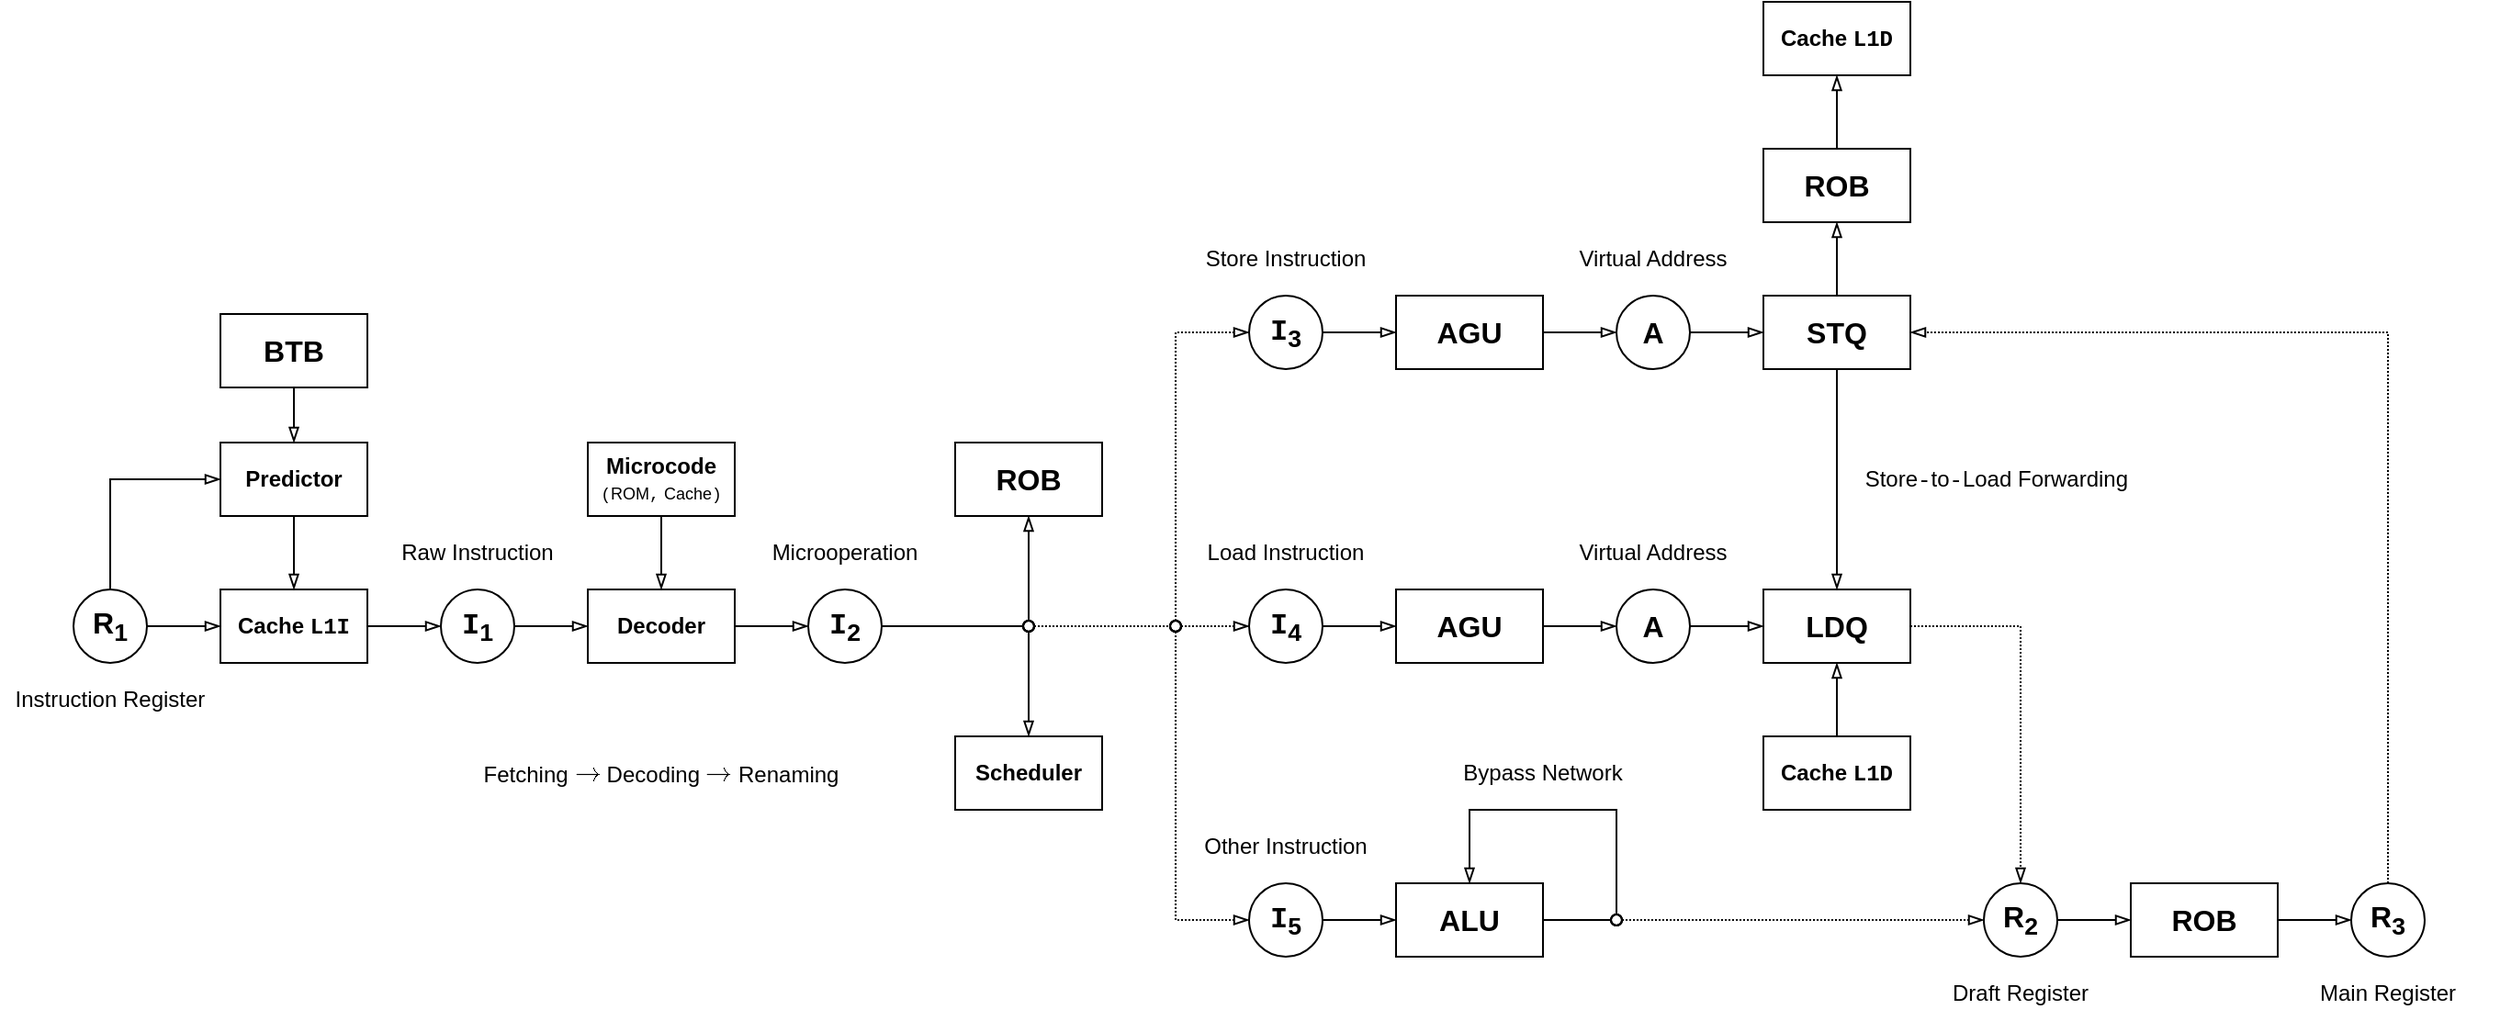
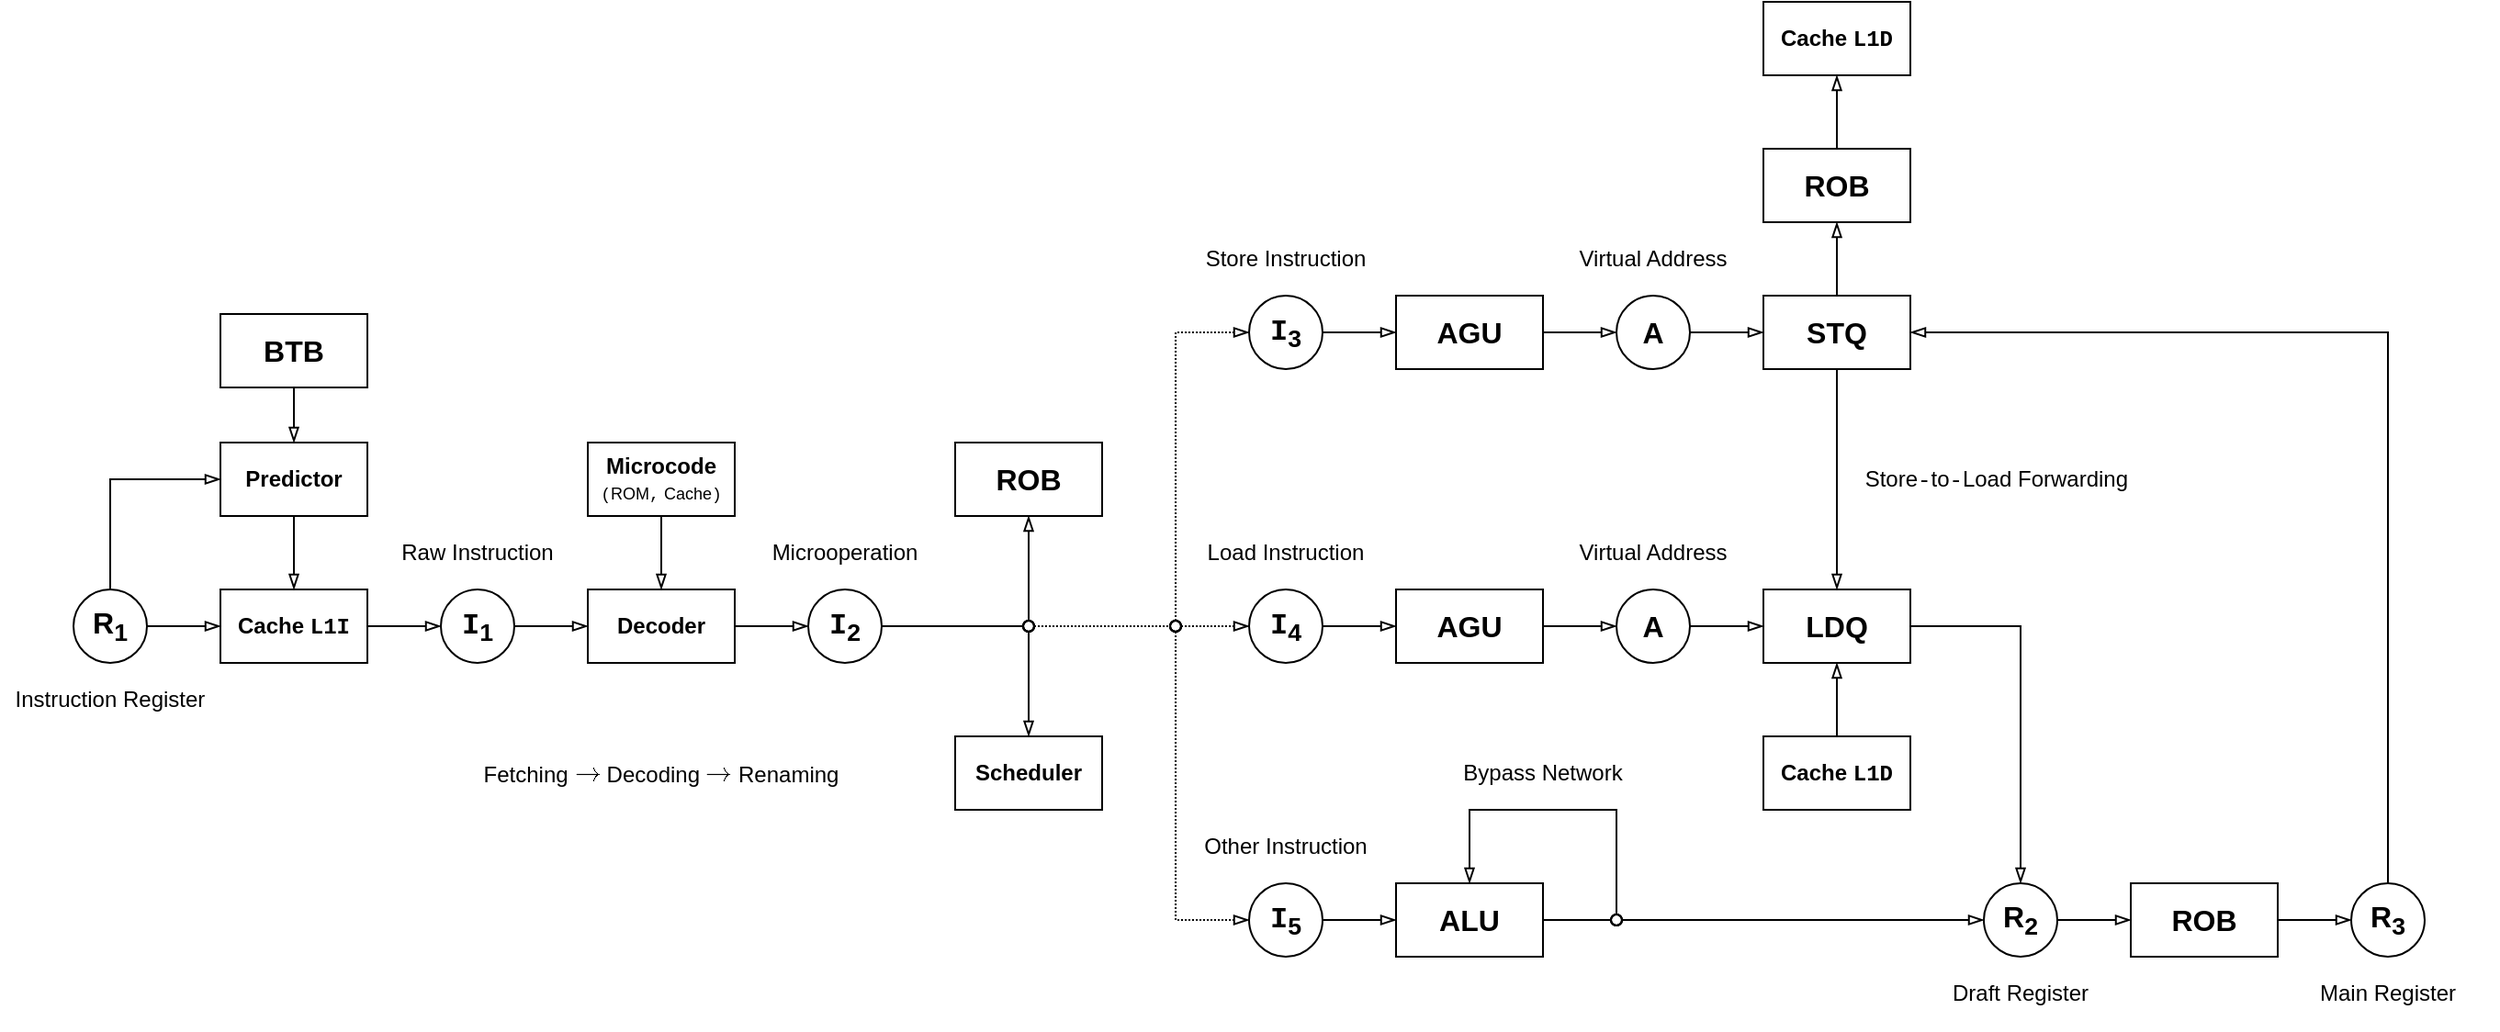
<mxfile host="app.diagrams.net">
  <diagram name="Страница-1" id="PfJtJ1FHuxPhxwpFgjI1">
-     <mxGraphModel dx="1819" dy="1235" grid="1" gridSize="10" guides="1" tooltips="1" connect="1" arrows="1" fold="1" page="0" pageScale="1" pageWidth="827" pageHeight="1169" math="1" shadow="0">
+     <mxGraphModel dx="2085" dy="1391" grid="0" gridSize="10" guides="1" tooltips="1" connect="1" arrows="1" fold="1" page="0" pageScale="1" pageWidth="827" pageHeight="1169" math="1" shadow="0">
      <root>
        <mxCell id="0" />
        <mxCell id="1" parent="0" />
        <mxCell id="lcNr6U7RKm5w3siQaGOU-5" parent="1" style="rounded=0;whiteSpace=wrap;html=1;" value="&lt;b&gt;&lt;font&gt;Decoder&lt;/font&gt;&lt;/b&gt;" vertex="1">
          <mxGeometry height="40" width="80" x="80" y="40" as="geometry" />
        </mxCell>
        <mxCell id="WMY5EjDf1vKVOppHD-5R-1" parent="1" style="rounded=0;whiteSpace=wrap;html=1;" value="&lt;b&gt;&lt;font&gt;Cache &lt;font face=&quot;Courier New&quot;&gt;L1I&lt;/font&gt;&lt;/font&gt;&lt;/b&gt;" vertex="1">
          <mxGeometry height="40" width="80" x="-120" y="40" as="geometry" />
        </mxCell>
        <mxCell id="WMY5EjDf1vKVOppHD-5R-2" parent="1" style="rounded=0;whiteSpace=wrap;html=1;" value="&lt;b&gt;&lt;font&gt;Predictor&lt;/font&gt;&lt;/b&gt;" vertex="1">
          <mxGeometry height="40" width="80" x="-120" y="-40" as="geometry" />
        </mxCell>
        <mxCell id="WMY5EjDf1vKVOppHD-5R-4" edge="1" parent="1" source="WMY5EjDf1vKVOppHD-5R-5" style="endArrow=blockThin;html=1;rounded=0;endFill=0;exitX=0.5;exitY=0;exitDx=0;exitDy=0;entryX=0;entryY=0.5;entryDx=0;entryDy=0;" target="WMY5EjDf1vKVOppHD-5R-2" value="">
          <mxGeometry height="50" relative="1" width="50" as="geometry">
            <Array as="points">
              <mxPoint x="-180" y="-20" />
            </Array>
            <mxPoint x="-40" y="20" as="sourcePoint" />
            <mxPoint x="20" y="-50" as="targetPoint" />
          </mxGeometry>
        </mxCell>
        <mxCell id="WMY5EjDf1vKVOppHD-5R-5" parent="1" style="ellipse;whiteSpace=wrap;html=1;aspect=fixed;" value="&lt;b&gt;&lt;font style=&quot;font-size: 16px;&quot;&gt;R&lt;sub&gt;1&lt;/sub&gt;&lt;/font&gt;&lt;/b&gt;" vertex="1">
          <mxGeometry height="40" width="40" x="-200" y="40" as="geometry" />
        </mxCell>
        <mxCell id="WMY5EjDf1vKVOppHD-5R-6" parent="1" style="rounded=0;whiteSpace=wrap;html=1;" value="&lt;b&gt;&lt;font style=&quot;font-size: 16px;&quot;&gt;ALU&lt;/font&gt;&lt;/b&gt;" vertex="1">
          <mxGeometry height="40" width="80" x="520" y="200" as="geometry" />
        </mxCell>
        <mxCell id="WMY5EjDf1vKVOppHD-5R-8" parent="1" style="ellipse;whiteSpace=wrap;html=1;aspect=fixed;" value="&lt;span style=&quot;font-size: 16px;&quot;&gt;&lt;b&gt;&lt;font face=&quot;Courier New&quot;&gt;I&lt;/font&gt;&lt;sub&gt;1&lt;/sub&gt;&lt;/b&gt;&lt;/span&gt;" vertex="1">
          <mxGeometry height="40" width="40" y="40" as="geometry" />
        </mxCell>
        <mxCell id="WMY5EjDf1vKVOppHD-5R-9" parent="1" style="ellipse;whiteSpace=wrap;html=1;aspect=fixed;" value="&lt;span style=&quot;font-size: 16px;&quot;&gt;&lt;b&gt;&lt;font face=&quot;Courier New&quot;&gt;I&lt;/font&gt;&lt;sub&gt;2&lt;/sub&gt;&lt;/b&gt;&lt;/span&gt;" vertex="1">
          <mxGeometry height="40" width="40" x="200" y="40" as="geometry" />
        </mxCell>
        <mxCell id="WMY5EjDf1vKVOppHD-5R-10" parent="1" style="rounded=0;whiteSpace=wrap;html=1;" value="&lt;b&gt;&lt;font&gt;Microcode&lt;/font&gt;&lt;/b&gt;&lt;div&gt;&lt;font style=&quot;font-size: 9px;&quot;&gt;&lt;font face=&quot;Courier New&quot;&gt;(&lt;/font&gt;ROM&lt;font face=&quot;Courier New&quot;&gt;,&lt;/font&gt;&amp;nbsp;Cache&lt;font face=&quot;Courier New&quot;&gt;)&lt;/font&gt;&lt;/font&gt;&lt;/div&gt;" vertex="1">
          <mxGeometry height="40" width="80" x="80" y="-40" as="geometry" />
        </mxCell>
        <mxCell id="WMY5EjDf1vKVOppHD-5R-11" edge="1" parent="1" source="WMY5EjDf1vKVOppHD-5R-10" style="endArrow=blockThin;html=1;rounded=0;exitX=0.5;exitY=1;exitDx=0;exitDy=0;entryX=0.5;entryY=0;entryDx=0;entryDy=0;endFill=0;" target="lcNr6U7RKm5w3siQaGOU-5" value="">
          <mxGeometry height="50" relative="1" width="50" as="geometry">
            <mxPoint x="240" y="-50" as="sourcePoint" />
            <mxPoint x="290" y="-100" as="targetPoint" />
          </mxGeometry>
        </mxCell>
        <mxCell id="WMY5EjDf1vKVOppHD-5R-12" edge="1" parent="1" source="lcNr6U7RKm5w3siQaGOU-5" style="endArrow=blockThin;html=1;rounded=0;exitX=1;exitY=0.5;exitDx=0;exitDy=0;entryX=0;entryY=0.5;entryDx=0;entryDy=0;endFill=0;" target="WMY5EjDf1vKVOppHD-5R-9" value="">
          <mxGeometry height="50" relative="1" width="50" as="geometry">
            <mxPoint x="180" y="100" as="sourcePoint" />
            <mxPoint x="180" y="140" as="targetPoint" />
          </mxGeometry>
        </mxCell>
        <mxCell id="WMY5EjDf1vKVOppHD-5R-13" edge="1" parent="1" source="WMY5EjDf1vKVOppHD-5R-8" style="endArrow=blockThin;html=1;rounded=0;exitX=1;exitY=0.5;exitDx=0;exitDy=0;entryX=0;entryY=0.5;entryDx=0;entryDy=0;endFill=0;" target="lcNr6U7RKm5w3siQaGOU-5" value="">
          <mxGeometry height="50" relative="1" width="50" as="geometry">
            <mxPoint x="40" y="100" as="sourcePoint" />
            <mxPoint x="40" y="140" as="targetPoint" />
          </mxGeometry>
        </mxCell>
        <mxCell id="WMY5EjDf1vKVOppHD-5R-14" edge="1" parent="1" source="WMY5EjDf1vKVOppHD-5R-1" style="endArrow=blockThin;html=1;rounded=0;exitX=1;exitY=0.5;exitDx=0;exitDy=0;entryX=0;entryY=0.5;entryDx=0;entryDy=0;endFill=0;" target="WMY5EjDf1vKVOppHD-5R-8" value="">
          <mxGeometry height="50" relative="1" width="50" as="geometry">
            <mxPoint x="-10" y="90" as="sourcePoint" />
            <mxPoint x="30" y="90" as="targetPoint" />
          </mxGeometry>
        </mxCell>
        <mxCell id="WMY5EjDf1vKVOppHD-5R-15" edge="1" parent="1" source="WMY5EjDf1vKVOppHD-5R-5" style="endArrow=blockThin;html=1;rounded=0;exitX=1;exitY=0.5;exitDx=0;exitDy=0;entryX=0;entryY=0.5;entryDx=0;entryDy=0;endFill=0;" target="WMY5EjDf1vKVOppHD-5R-1" value="">
          <mxGeometry height="50" relative="1" width="50" as="geometry">
            <mxPoint x="-150" y="100" as="sourcePoint" />
            <mxPoint x="-110" y="100" as="targetPoint" />
          </mxGeometry>
        </mxCell>
        <mxCell id="WMY5EjDf1vKVOppHD-5R-16" edge="1" parent="1" source="WMY5EjDf1vKVOppHD-5R-2" style="endArrow=blockThin;html=1;rounded=0;exitX=0.5;exitY=1;exitDx=0;exitDy=0;entryX=0.5;entryY=0;entryDx=0;entryDy=0;endFill=0;" target="WMY5EjDf1vKVOppHD-5R-1" value="">
          <mxGeometry height="50" relative="1" width="50" as="geometry">
            <mxPoint x="-50" y="10" as="sourcePoint" />
            <mxPoint x="-10" y="10" as="targetPoint" />
          </mxGeometry>
        </mxCell>
        <mxCell id="WMY5EjDf1vKVOppHD-5R-17" parent="1" style="text;html=1;whiteSpace=wrap;strokeColor=none;fillColor=none;align=center;verticalAlign=middle;rounded=0;" value="&lt;font&gt;Raw Instruction&lt;/font&gt;" vertex="1">
          <mxGeometry height="40" width="120" x="-40" as="geometry" />
        </mxCell>
        <mxCell id="WMY5EjDf1vKVOppHD-5R-18" parent="1" style="text;html=1;whiteSpace=wrap;strokeColor=none;fillColor=none;align=center;verticalAlign=middle;rounded=0;" value="&lt;font&gt;Microoperation&lt;/font&gt;" vertex="1">
          <mxGeometry height="40" width="120" x="160" as="geometry" />
        </mxCell>
        <mxCell id="WMY5EjDf1vKVOppHD-5R-21" parent="1" style="rounded=0;whiteSpace=wrap;html=1;" value="&lt;b&gt;&lt;font style=&quot;font-size: 16px;&quot;&gt;ROB&lt;/font&gt;&lt;/b&gt;" vertex="1">
          <mxGeometry height="40" width="80" x="280" y="-40" as="geometry" />
        </mxCell>
        <mxCell id="WMY5EjDf1vKVOppHD-5R-26" parent="1" style="ellipse;whiteSpace=wrap;html=1;aspect=fixed;" value="&lt;b&gt;&lt;font style=&quot;font-size: 16px;&quot;&gt;R&lt;sub&gt;2&lt;/sub&gt;&lt;/font&gt;&lt;/b&gt;" vertex="1">
          <mxGeometry height="40" width="40" x="840" y="200" as="geometry" />
        </mxCell>
        <mxCell id="WMY5EjDf1vKVOppHD-5R-28" parent="1" style="rounded=0;whiteSpace=wrap;html=1;" value="&lt;b&gt;Scheduler&lt;/b&gt;" vertex="1">
          <mxGeometry height="40" width="80" x="280" y="120" as="geometry" />
        </mxCell>
        <mxCell id="WMY5EjDf1vKVOppHD-5R-30" parent="1" style="text;html=1;whiteSpace=wrap;strokeColor=none;fillColor=none;align=center;verticalAlign=middle;rounded=0;" value="&lt;font&gt;Instruction Register&lt;/font&gt;" vertex="1">
          <mxGeometry height="40" width="120" x="-240" y="80" as="geometry" />
        </mxCell>
-         <mxCell id="WMY5EjDf1vKVOppHD-5R-31" edge="1" parent="1" style="endArrow=blockThin;html=1;rounded=0;entryX=0;entryY=0.5;entryDx=0;entryDy=0;endFill=0;startArrow=oval;startFill=0;dashed=1;dashPattern=1 1;" target="WMY5EjDf1vKVOppHD-5R-26" value="">
+         <mxCell id="WMY5EjDf1vKVOppHD-5R-31" edge="1" parent="1" style="endArrow=blockThin;html=1;rounded=0;entryX=0;entryY=0.5;entryDx=0;entryDy=0;endFill=0;startArrow=oval;startFill=0;" target="WMY5EjDf1vKVOppHD-5R-26" value="">
          <mxGeometry height="50" relative="1" width="50" as="geometry">
            <mxPoint x="640" y="220" as="sourcePoint" />
            <mxPoint x="860" y="410" as="targetPoint" />
          </mxGeometry>
        </mxCell>
        <mxCell id="WMY5EjDf1vKVOppHD-5R-34" parent="1" style="ellipse;whiteSpace=wrap;html=1;aspect=fixed;" value="&lt;span style=&quot;font-size: 16px;&quot;&gt;&lt;b&gt;R&lt;sub&gt;3&lt;/sub&gt;&lt;/b&gt;&lt;/span&gt;" vertex="1">
          <mxGeometry height="40" width="40" x="1040" y="200" as="geometry" />
        </mxCell>
        <mxCell id="WMY5EjDf1vKVOppHD-5R-42" parent="1" style="ellipse;whiteSpace=wrap;html=1;aspect=fixed;" value="&lt;b style=&quot;font-size: 16px;&quot;&gt;&lt;font face=&quot;Courier New&quot;&gt;I&lt;/font&gt;&lt;sub&gt;5&lt;/sub&gt;&lt;/b&gt;" vertex="1">
          <mxGeometry height="40" width="40" x="440" y="200" as="geometry" />
        </mxCell>
        <mxCell id="r39hNLJf2GBVnfwMSkb0-13" parent="1" style="rounded=0;whiteSpace=wrap;html=1;" value="&lt;b&gt;&lt;font&gt;Cache &lt;font face=&quot;Courier New&quot;&gt;L1D&lt;/font&gt;&lt;/font&gt;&lt;/b&gt;" vertex="1">
          <mxGeometry height="40" width="80" x="720" y="-280" as="geometry" />
        </mxCell>
        <mxCell id="V1HPXEUdrsa5lftZspYX-8" edge="1" parent="1" source="WMY5EjDf1vKVOppHD-5R-42" style="endArrow=blockThin;html=1;rounded=0;entryX=0;entryY=0.5;entryDx=0;entryDy=0;endFill=0;startArrow=none;startFill=0;exitX=1;exitY=0.5;exitDx=0;exitDy=0;" target="WMY5EjDf1vKVOppHD-5R-6" value="">
          <mxGeometry height="50" relative="1" width="50" as="geometry">
            <mxPoint x="520" y="220" as="sourcePoint" />
            <mxPoint x="580" y="170" as="targetPoint" />
          </mxGeometry>
        </mxCell>
        <mxCell id="V1HPXEUdrsa5lftZspYX-9" edge="1" parent="1" style="endArrow=blockThin;html=1;rounded=0;entryX=0.5;entryY=0;entryDx=0;entryDy=0;endFill=0;startArrow=oval;startFill=0;" target="WMY5EjDf1vKVOppHD-5R-28" value="">
          <mxGeometry height="50" relative="1" width="50" as="geometry">
            <Array as="points" />
            <mxPoint x="320" y="60" as="sourcePoint" />
            <mxPoint x="330" y="90" as="targetPoint" />
          </mxGeometry>
        </mxCell>
        <mxCell id="V1HPXEUdrsa5lftZspYX-11" edge="1" parent="1" style="endArrow=blockThin;html=1;rounded=0;entryX=0.5;entryY=1;entryDx=0;entryDy=0;endFill=0;startArrow=oval;startFill=0;" target="WMY5EjDf1vKVOppHD-5R-21" value="">
          <mxGeometry height="50" relative="1" width="50" as="geometry">
            <Array as="points" />
            <mxPoint x="320" y="60" as="sourcePoint" />
            <mxPoint x="350" y="40" as="targetPoint" />
          </mxGeometry>
        </mxCell>
        <mxCell id="V1HPXEUdrsa5lftZspYX-12" edge="1" parent="1" source="WMY5EjDf1vKVOppHD-5R-9" style="endArrow=oval;html=1;rounded=0;exitX=1;exitY=0.5;exitDx=0;exitDy=0;endFill=0;" value="">
          <mxGeometry height="50" relative="1" width="50" as="geometry">
            <mxPoint x="330" y="50" as="sourcePoint" />
            <mxPoint x="320" y="60" as="targetPoint" />
          </mxGeometry>
        </mxCell>
        <mxCell id="V1HPXEUdrsa5lftZspYX-13" parent="1" style="ellipse;whiteSpace=wrap;html=1;aspect=fixed;" value="&lt;b style=&quot;font-size: 16px;&quot;&gt;&lt;font face=&quot;Courier New&quot;&gt;I&lt;/font&gt;&lt;sub&gt;4&lt;/sub&gt;&lt;/b&gt;" vertex="1">
          <mxGeometry height="40" width="40" x="440" y="40" as="geometry" />
        </mxCell>
        <mxCell id="V1HPXEUdrsa5lftZspYX-14" parent="1" style="rounded=0;whiteSpace=wrap;html=1;" value="&lt;b&gt;&lt;font style=&quot;font-size: 16px;&quot;&gt;AGU&lt;/font&gt;&lt;/b&gt;" vertex="1">
          <mxGeometry height="40" width="80" x="520" y="40" as="geometry" />
        </mxCell>
        <mxCell id="V1HPXEUdrsa5lftZspYX-15" parent="1" style="ellipse;whiteSpace=wrap;html=1;aspect=fixed;" value="&lt;span style=&quot;font-size: 16px;&quot;&gt;&lt;b&gt;A&lt;/b&gt;&lt;/span&gt;" vertex="1">
          <mxGeometry height="40" width="40" x="640" y="40" as="geometry" />
        </mxCell>
        <mxCell id="V1HPXEUdrsa5lftZspYX-16" parent="1" style="text;html=1;whiteSpace=wrap;strokeColor=none;fillColor=none;align=center;verticalAlign=middle;rounded=0;" value="&lt;font&gt;Virtual Address&lt;/font&gt;" vertex="1">
          <mxGeometry height="40" width="120" x="600" as="geometry" />
        </mxCell>
        <mxCell id="V1HPXEUdrsa5lftZspYX-17" parent="1" style="rounded=0;whiteSpace=wrap;html=1;" value="&lt;b&gt;&lt;font style=&quot;font-size: 16px;&quot;&gt;LDQ&lt;/font&gt;&lt;/b&gt;" vertex="1">
          <mxGeometry height="40" width="80" x="720" y="40" as="geometry" />
        </mxCell>
        <mxCell id="V1HPXEUdrsa5lftZspYX-19" edge="1" parent="1" source="V1HPXEUdrsa5lftZspYX-13" style="endArrow=blockThin;html=1;rounded=0;exitX=1;exitY=0.5;exitDx=0;exitDy=0;endFill=0;entryX=0;entryY=0.5;entryDx=0;entryDy=0;" target="V1HPXEUdrsa5lftZspYX-14" value="">
          <mxGeometry height="50" relative="1" width="50" as="geometry">
            <mxPoint x="490" y="100" as="sourcePoint" />
            <mxPoint x="530" y="100" as="targetPoint" />
          </mxGeometry>
        </mxCell>
        <mxCell id="V1HPXEUdrsa5lftZspYX-20" edge="1" parent="1" source="V1HPXEUdrsa5lftZspYX-14" style="endArrow=blockThin;html=1;rounded=0;exitX=1;exitY=0.5;exitDx=0;exitDy=0;endFill=0;entryX=0;entryY=0.5;entryDx=0;entryDy=0;" target="V1HPXEUdrsa5lftZspYX-15" value="">
          <mxGeometry height="50" relative="1" width="50" as="geometry">
            <mxPoint x="640" y="150" as="sourcePoint" />
            <mxPoint x="680" y="150" as="targetPoint" />
          </mxGeometry>
        </mxCell>
        <mxCell id="V1HPXEUdrsa5lftZspYX-21" edge="1" parent="1" source="V1HPXEUdrsa5lftZspYX-15" style="endArrow=blockThin;html=1;rounded=0;exitX=1;exitY=0.5;exitDx=0;exitDy=0;endFill=0;entryX=0;entryY=0.5;entryDx=0;entryDy=0;" target="V1HPXEUdrsa5lftZspYX-17" value="">
          <mxGeometry height="50" relative="1" width="50" as="geometry">
            <mxPoint x="680" y="120" as="sourcePoint" />
            <mxPoint x="720" y="120" as="targetPoint" />
          </mxGeometry>
        </mxCell>
        <mxCell id="V1HPXEUdrsa5lftZspYX-22" parent="1" style="rounded=0;whiteSpace=wrap;html=1;" value="&lt;b&gt;Cache&amp;nbsp;&lt;font face=&quot;Courier New&quot;&gt;L1D&lt;/font&gt;&lt;/b&gt;" vertex="1">
          <mxGeometry height="40" width="80" x="720" y="120" as="geometry" />
        </mxCell>
        <mxCell id="V1HPXEUdrsa5lftZspYX-26" edge="1" parent="1" source="V1HPXEUdrsa5lftZspYX-22" style="endArrow=blockThin;html=1;rounded=0;exitX=0.5;exitY=0;exitDx=0;exitDy=0;endFill=0;startArrow=none;startFill=0;" target="V1HPXEUdrsa5lftZspYX-17" value="">
          <mxGeometry height="50" relative="1" width="50" as="geometry">
            <mxPoint x="860" y="40" as="sourcePoint" />
            <mxPoint x="790" y="10" as="targetPoint" />
          </mxGeometry>
        </mxCell>
-         <mxCell id="V1HPXEUdrsa5lftZspYX-27" edge="1" parent="1" source="V1HPXEUdrsa5lftZspYX-17" style="endArrow=blockThin;html=1;rounded=0;exitX=1;exitY=0.5;exitDx=0;exitDy=0;endFill=0;entryX=0.5;entryY=0;entryDx=0;entryDy=0;dashed=1;dashPattern=1 1;" target="WMY5EjDf1vKVOppHD-5R-26" value="">
+         <mxCell id="V1HPXEUdrsa5lftZspYX-27" edge="1" parent="1" source="V1HPXEUdrsa5lftZspYX-17" style="endArrow=blockThin;html=1;rounded=0;exitX=1;exitY=0.5;exitDx=0;exitDy=0;endFill=0;entryX=0.5;entryY=0;entryDx=0;entryDy=0;" target="WMY5EjDf1vKVOppHD-5R-26" value="">
          <mxGeometry height="50" relative="1" width="50" as="geometry">
            <Array as="points">
              <mxPoint x="860" y="60" />
            </Array>
            <mxPoint x="780" y="120" as="sourcePoint" />
            <mxPoint x="840" y="60" as="targetPoint" />
          </mxGeometry>
        </mxCell>
        <mxCell id="V1HPXEUdrsa5lftZspYX-30" parent="1" style="ellipse;whiteSpace=wrap;html=1;aspect=fixed;" value="&lt;b style=&quot;font-size: 16px;&quot;&gt;&lt;font face=&quot;Courier New&quot;&gt;I&lt;/font&gt;&lt;sub&gt;3&lt;/sub&gt;&lt;/b&gt;" vertex="1">
          <mxGeometry height="40" width="40" x="440" y="-120" as="geometry" />
        </mxCell>
        <mxCell id="V1HPXEUdrsa5lftZspYX-31" parent="1" style="rounded=0;whiteSpace=wrap;html=1;" value="&lt;b&gt;&lt;font style=&quot;font-size: 16px;&quot;&gt;AGU&lt;/font&gt;&lt;/b&gt;" vertex="1">
          <mxGeometry height="40" width="80" x="520" y="-120" as="geometry" />
        </mxCell>
        <mxCell id="V1HPXEUdrsa5lftZspYX-32" parent="1" style="ellipse;whiteSpace=wrap;html=1;aspect=fixed;" value="&lt;span style=&quot;font-size: 16px;&quot;&gt;&lt;b&gt;A&lt;/b&gt;&lt;/span&gt;" vertex="1">
          <mxGeometry height="40" width="40" x="640" y="-120" as="geometry" />
        </mxCell>
        <mxCell id="V1HPXEUdrsa5lftZspYX-33" parent="1" style="text;html=1;whiteSpace=wrap;strokeColor=none;fillColor=none;align=center;verticalAlign=middle;rounded=0;" value="&lt;font&gt;Virtual Address&lt;/font&gt;" vertex="1">
          <mxGeometry height="40" width="120" x="600" y="-160" as="geometry" />
        </mxCell>
        <mxCell id="V1HPXEUdrsa5lftZspYX-34" edge="1" parent="1" style="endArrow=blockThin;html=1;rounded=0;exitX=1;exitY=0.5;exitDx=0;exitDy=0;endFill=0;entryX=0;entryY=0.5;entryDx=0;entryDy=0;" target="V1HPXEUdrsa5lftZspYX-31" value="">
          <mxGeometry height="50" relative="1" width="50" as="geometry">
            <mxPoint x="480" y="-100" as="sourcePoint" />
            <mxPoint x="530" y="-60" as="targetPoint" />
          </mxGeometry>
        </mxCell>
        <mxCell id="V1HPXEUdrsa5lftZspYX-35" edge="1" parent="1" source="V1HPXEUdrsa5lftZspYX-31" style="endArrow=blockThin;html=1;rounded=0;exitX=1;exitY=0.5;exitDx=0;exitDy=0;endFill=0;entryX=0;entryY=0.5;entryDx=0;entryDy=0;" target="V1HPXEUdrsa5lftZspYX-32" value="">
          <mxGeometry height="50" relative="1" width="50" as="geometry">
            <mxPoint x="640" y="-10" as="sourcePoint" />
            <mxPoint x="680" y="-10" as="targetPoint" />
          </mxGeometry>
        </mxCell>
        <mxCell id="V1HPXEUdrsa5lftZspYX-36" edge="1" parent="1" source="V1HPXEUdrsa5lftZspYX-32" style="endArrow=blockThin;html=1;rounded=0;exitX=1;exitY=0.5;exitDx=0;exitDy=0;endFill=0;entryX=0;entryY=0.5;entryDx=0;entryDy=0;" value="">
          <mxGeometry height="50" relative="1" width="50" as="geometry">
            <mxPoint x="680" y="-40" as="sourcePoint" />
            <mxPoint x="720" y="-100" as="targetPoint" />
          </mxGeometry>
        </mxCell>
        <mxCell id="V1HPXEUdrsa5lftZspYX-37" parent="1" style="rounded=0;whiteSpace=wrap;html=1;" value="&lt;b&gt;&lt;font style=&quot;font-size: 16px;&quot;&gt;STQ&lt;/font&gt;&lt;/b&gt;" vertex="1">
          <mxGeometry height="40" width="80" x="720" y="-120" as="geometry" />
        </mxCell>
        <mxCell id="V1HPXEUdrsa5lftZspYX-44" edge="1" parent="1" source="V1HPXEUdrsa5lftZspYX-37" style="endArrow=blockThin;html=1;rounded=0;exitX=0.5;exitY=0;exitDx=0;exitDy=0;endFill=0;entryX=0.5;entryY=1;entryDx=0;entryDy=0;" target="Ny5ip8Q-U33UVquao3aI-2" value="">
          <mxGeometry height="50" relative="1" width="50" as="geometry">
            <mxPoint x="850" y="-50" as="sourcePoint" />
            <mxPoint x="760" y="-160" as="targetPoint" />
          </mxGeometry>
        </mxCell>
        <mxCell id="V1HPXEUdrsa5lftZspYX-45" edge="1" parent="1" source="Ny5ip8Q-U33UVquao3aI-2" style="endArrow=blockThin;html=1;rounded=0;exitX=0.5;exitY=0;exitDx=0;exitDy=0;endFill=0;entryX=0.5;entryY=1;entryDx=0;entryDy=0;" target="r39hNLJf2GBVnfwMSkb0-13" value="">
          <mxGeometry height="50" relative="1" width="50" as="geometry">
            <mxPoint x="760" y="-200" as="sourcePoint" />
            <mxPoint x="910" y="10" as="targetPoint" />
          </mxGeometry>
        </mxCell>
-         <mxCell id="V1HPXEUdrsa5lftZspYX-47" edge="1" parent="1" source="WMY5EjDf1vKVOppHD-5R-34" style="endArrow=blockThin;html=1;rounded=0;exitX=0.5;exitY=0;exitDx=0;exitDy=0;endFill=0;entryX=1;entryY=0.5;entryDx=0;entryDy=0;dashed=1;dashPattern=1 1;" target="V1HPXEUdrsa5lftZspYX-37" value="">
+         <mxCell id="V1HPXEUdrsa5lftZspYX-47" edge="1" parent="1" source="WMY5EjDf1vKVOppHD-5R-34" style="endArrow=blockThin;html=1;rounded=0;exitX=0.5;exitY=0;exitDx=0;exitDy=0;endFill=0;entryX=1;entryY=0.5;entryDx=0;entryDy=0;" target="V1HPXEUdrsa5lftZspYX-37" value="">
          <mxGeometry height="50" relative="1" width="50" as="geometry">
            <Array as="points">
              <mxPoint x="1060" y="-100" />
            </Array>
            <mxPoint x="1040" y="-100" as="sourcePoint" />
            <mxPoint x="1000" y="-100" as="targetPoint" />
          </mxGeometry>
        </mxCell>
        <mxCell id="V1HPXEUdrsa5lftZspYX-48" parent="1" style="rounded=0;whiteSpace=wrap;html=1;" value="&lt;b&gt;&lt;font style=&quot;font-size: 16px;&quot;&gt;ROB&lt;/font&gt;&lt;/b&gt;" vertex="1">
          <mxGeometry height="40" width="80" x="920" y="200" as="geometry" />
        </mxCell>
        <mxCell id="V1HPXEUdrsa5lftZspYX-49" edge="1" parent="1" source="WMY5EjDf1vKVOppHD-5R-26" style="endArrow=blockThin;html=1;rounded=0;exitX=1;exitY=0.5;exitDx=0;exitDy=0;endFill=0;entryX=0;entryY=0.5;entryDx=0;entryDy=0;" target="V1HPXEUdrsa5lftZspYX-48" value="">
          <mxGeometry height="50" relative="1" width="50" as="geometry">
            <mxPoint x="930" y="280" as="sourcePoint" />
            <mxPoint x="930" y="320" as="targetPoint" />
          </mxGeometry>
        </mxCell>
        <mxCell id="V1HPXEUdrsa5lftZspYX-50" edge="1" parent="1" source="V1HPXEUdrsa5lftZspYX-48" style="endArrow=blockThin;html=1;rounded=0;exitX=1;exitY=0.5;exitDx=0;exitDy=0;endFill=0;entryX=0;entryY=0.5;entryDx=0;entryDy=0;" target="WMY5EjDf1vKVOppHD-5R-34" value="">
          <mxGeometry height="50" relative="1" width="50" as="geometry">
            <mxPoint x="960" y="280" as="sourcePoint" />
            <mxPoint x="960" y="320" as="targetPoint" />
          </mxGeometry>
        </mxCell>
        <mxCell id="V1HPXEUdrsa5lftZspYX-52" parent="1" style="text;html=1;whiteSpace=wrap;strokeColor=none;fillColor=none;align=center;verticalAlign=middle;rounded=0;" value="&lt;font&gt;Load Instruction&lt;/font&gt;" vertex="1">
          <mxGeometry height="40" width="120" x="400" as="geometry" />
        </mxCell>
        <mxCell id="V1HPXEUdrsa5lftZspYX-53" parent="1" style="text;html=1;whiteSpace=wrap;strokeColor=none;fillColor=none;align=center;verticalAlign=middle;rounded=0;" value="&lt;font&gt;Store Instruction&lt;/font&gt;" vertex="1">
          <mxGeometry height="40" width="120" x="400" y="-160" as="geometry" />
        </mxCell>
        <mxCell id="V1HPXEUdrsa5lftZspYX-54" parent="1" style="text;html=1;whiteSpace=wrap;strokeColor=none;fillColor=none;align=center;verticalAlign=middle;rounded=0;" value="&lt;font&gt;Other Instruction&lt;/font&gt;" vertex="1">
          <mxGeometry height="40" width="120" x="400" y="160" as="geometry" />
        </mxCell>
        <mxCell id="V1HPXEUdrsa5lftZspYX-55" parent="1" style="text;html=1;whiteSpace=wrap;strokeColor=none;fillColor=none;align=center;verticalAlign=middle;rounded=0;" value="&lt;font&gt;Draft Register&lt;/font&gt;" vertex="1">
          <mxGeometry height="40" width="120" x="800" y="240" as="geometry" />
        </mxCell>
        <mxCell id="V1HPXEUdrsa5lftZspYX-60" parent="1" style="text;html=1;whiteSpace=wrap;strokeColor=none;fillColor=none;align=center;verticalAlign=middle;rounded=0;" value="&lt;font&gt;Main Register&lt;/font&gt;" vertex="1">
          <mxGeometry height="40" width="120" x="1000" y="240" as="geometry" />
        </mxCell>
        <mxCell id="V1HPXEUdrsa5lftZspYX-63" edge="1" parent="1" style="endArrow=blockThin;html=1;rounded=0;entryX=0;entryY=0.5;entryDx=0;entryDy=0;endFill=0;startArrow=oval;startFill=0;dashed=1;dashPattern=1 1;" target="WMY5EjDf1vKVOppHD-5R-42" value="">
          <mxGeometry height="50" relative="1" width="50" as="geometry">
            <Array as="points">
              <mxPoint x="400" y="220" />
            </Array>
            <mxPoint x="400" y="60" as="sourcePoint" />
            <mxPoint x="460" y="140" as="targetPoint" />
          </mxGeometry>
        </mxCell>
        <mxCell id="V1HPXEUdrsa5lftZspYX-64" edge="1" parent="1" style="endArrow=blockThin;html=1;rounded=0;endFill=0;startArrow=oval;startFill=0;dashed=1;dashPattern=1 1;" value="">
          <mxGeometry height="50" relative="1" width="50" as="geometry">
            <mxPoint x="400" y="60" as="sourcePoint" />
            <mxPoint x="440" y="60" as="targetPoint" />
          </mxGeometry>
        </mxCell>
        <mxCell id="V1HPXEUdrsa5lftZspYX-65" edge="1" parent="1" style="endArrow=blockThin;html=1;rounded=0;endFill=0;startArrow=oval;startFill=0;dashed=1;dashPattern=1 1;" value="">
          <mxGeometry height="50" relative="1" width="50" as="geometry">
            <Array as="points">
              <mxPoint x="400" y="-100" />
            </Array>
            <mxPoint x="400" y="60" as="sourcePoint" />
            <mxPoint x="440" y="-100" as="targetPoint" />
          </mxGeometry>
        </mxCell>
        <mxCell id="V1HPXEUdrsa5lftZspYX-66" edge="1" parent="1" style="endArrow=oval;html=1;rounded=0;endFill=0;startArrow=oval;startFill=0;dashed=1;dashPattern=1 1;" value="">
          <mxGeometry height="50" relative="1" width="50" as="geometry">
            <mxPoint x="320" y="60" as="sourcePoint" />
            <mxPoint x="400" y="60" as="targetPoint" />
          </mxGeometry>
        </mxCell>
        <mxCell id="V1HPXEUdrsa5lftZspYX-79" parent="1" style="text;html=1;whiteSpace=wrap;strokeColor=none;fillColor=none;align=center;verticalAlign=middle;rounded=0;convertToSvg=0;svgWhiteSpace=wrap;autosizeText=0;fontSize=13;" value="&lt;font style=&quot;font-size: 12px;&quot;&gt;&lt;font style=&quot;&quot;&gt;Fetching \(\rightarrow\) Decoding \(\rightarrow\)&amp;nbsp;Renaming&lt;/font&gt;&lt;/font&gt;" vertex="1">
          <mxGeometry height="40" width="240" y="120" as="geometry" />
        </mxCell>
        <mxCell id="V1HPXEUdrsa5lftZspYX-80" edge="1" parent="1" source="V1HPXEUdrsa5lftZspYX-37" style="endArrow=blockThin;html=1;rounded=0;exitX=0.5;exitY=1;exitDx=0;exitDy=0;endFill=0;entryX=0.5;entryY=0;entryDx=0;entryDy=0;" target="V1HPXEUdrsa5lftZspYX-17" value="">
          <mxGeometry height="50" relative="1" width="50" as="geometry">
            <mxPoint x="770" y="30" as="sourcePoint" />
            <mxPoint x="760" y="-40" as="targetPoint" />
          </mxGeometry>
        </mxCell>
        <mxCell id="V1HPXEUdrsa5lftZspYX-81" edge="1" parent="1" style="endArrow=blockThin;html=1;rounded=0;entryX=0.5;entryY=0;entryDx=0;entryDy=0;endFill=0;startArrow=oval;startFill=0;" target="WMY5EjDf1vKVOppHD-5R-6" value="">
          <mxGeometry height="50" relative="1" width="50" as="geometry">
            <Array as="points">
              <mxPoint x="640" y="160" />
              <mxPoint x="560" y="160" />
            </Array>
            <mxPoint x="640" y="220" as="sourcePoint" />
            <mxPoint x="890" y="280" as="targetPoint" />
          </mxGeometry>
        </mxCell>
        <mxCell id="V1HPXEUdrsa5lftZspYX-82" edge="1" parent="1" source="WMY5EjDf1vKVOppHD-5R-6" style="endArrow=oval;html=1;rounded=0;endFill=0;startArrow=none;startFill=0;exitX=1;exitY=0.5;exitDx=0;exitDy=0;" value="">
          <mxGeometry height="50" relative="1" width="50" as="geometry">
            <mxPoint x="720" y="260" as="sourcePoint" />
            <mxPoint x="640" y="220" as="targetPoint" />
          </mxGeometry>
        </mxCell>
        <mxCell id="V1HPXEUdrsa5lftZspYX-83" parent="1" style="text;html=1;whiteSpace=wrap;strokeColor=none;fillColor=none;align=center;verticalAlign=middle;rounded=0;" value="&lt;font&gt;Bypass Network&lt;/font&gt;" vertex="1">
          <mxGeometry height="40" width="120" x="540" y="120" as="geometry" />
        </mxCell>
        <mxCell id="V1HPXEUdrsa5lftZspYX-90" parent="1" style="rounded=0;whiteSpace=wrap;html=1;" value="&lt;b&gt;&lt;font style=&quot;font-size: 16px;&quot;&gt;BTB&lt;/font&gt;&lt;/b&gt;" vertex="1">
          <mxGeometry height="40" width="80" x="-120" y="-110" as="geometry" />
        </mxCell>
        <mxCell id="V1HPXEUdrsa5lftZspYX-91" edge="1" parent="1" source="V1HPXEUdrsa5lftZspYX-90" style="endArrow=blockThin;html=1;rounded=0;exitX=0.5;exitY=1;exitDx=0;exitDy=0;entryX=0.5;entryY=0;entryDx=0;entryDy=0;endFill=0;" target="WMY5EjDf1vKVOppHD-5R-2" value="">
          <mxGeometry height="50" relative="1" width="50" as="geometry">
            <mxPoint x="-10" y="-50" as="sourcePoint" />
            <mxPoint x="-10" y="-10" as="targetPoint" />
          </mxGeometry>
        </mxCell>
        <mxCell id="Ny5ip8Q-U33UVquao3aI-1" parent="1" style="text;html=1;whiteSpace=wrap;strokeColor=none;fillColor=none;align=left;verticalAlign=middle;rounded=0;" value="&lt;font&gt;&amp;nbsp; &amp;nbsp; Store&lt;font face=&quot;Courier New&quot;&gt;-&lt;/font&gt;to&lt;font face=&quot;Courier New&quot;&gt;-&lt;/font&gt;Load Forwarding&lt;/font&gt;" vertex="1">
          <mxGeometry height="40" width="200" x="760" y="-40" as="geometry" />
        </mxCell>
        <mxCell id="Ny5ip8Q-U33UVquao3aI-2" parent="1" style="rounded=0;whiteSpace=wrap;html=1;" value="&lt;b&gt;&lt;font style=&quot;font-size: 16px;&quot;&gt;ROB&lt;/font&gt;&lt;/b&gt;" vertex="1">
          <mxGeometry height="40" width="80" x="720" y="-200" as="geometry" />
        </mxCell>
      </root>
    </mxGraphModel>
  </diagram>
</mxfile>
